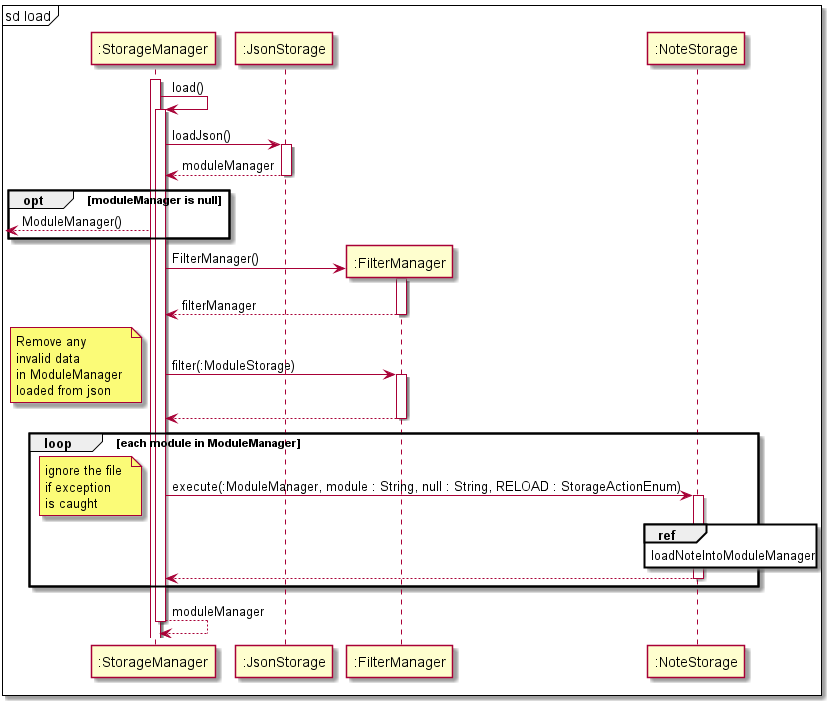
Before: docs/attachments/StorageLoadSequenceDiagram_part2.png, a diagram exported from PlantUML (nus-cs2113-AY2122S1/tp). The source it was exported from:
```plantuml
@startuml

mainframe sd load

participant ":StorageManager" as StorageManager

participant ":JsonStorage" as JsonStorage

participant ":FilterManager" as FilterManager

participant ":NoteStorage" as NoteStorage

activate StorageManager
StorageManager -> StorageManager : load()
activate StorageManager
StorageManager -> JsonStorage : loadJson()
activate JsonStorage
return moduleManager
opt moduleManager is null
<-- StorageManager : ModuleManager()
end
create FilterManager
StorageManager -> FilterManager : FilterManager()
activate FilterManager
return filterManager
StorageManager -> FilterManager : filter(:ModuleStorage)
note left : Remove any \ninvalid data \nin ModuleManager \nloaded from json
activate FilterManager
return
loop each module in ModuleManager
  StorageManager -> NoteStorage : execute(:ModuleManager, module : String, null : String, RELOAD : StorageActionEnum)
  activate NoteStorage
  note left : ignore the file \nif exception \nis caught
  ref over NoteStorage
  loadNoteIntoModuleManager
  end
  return
end
return moduleManager





@enduml
```
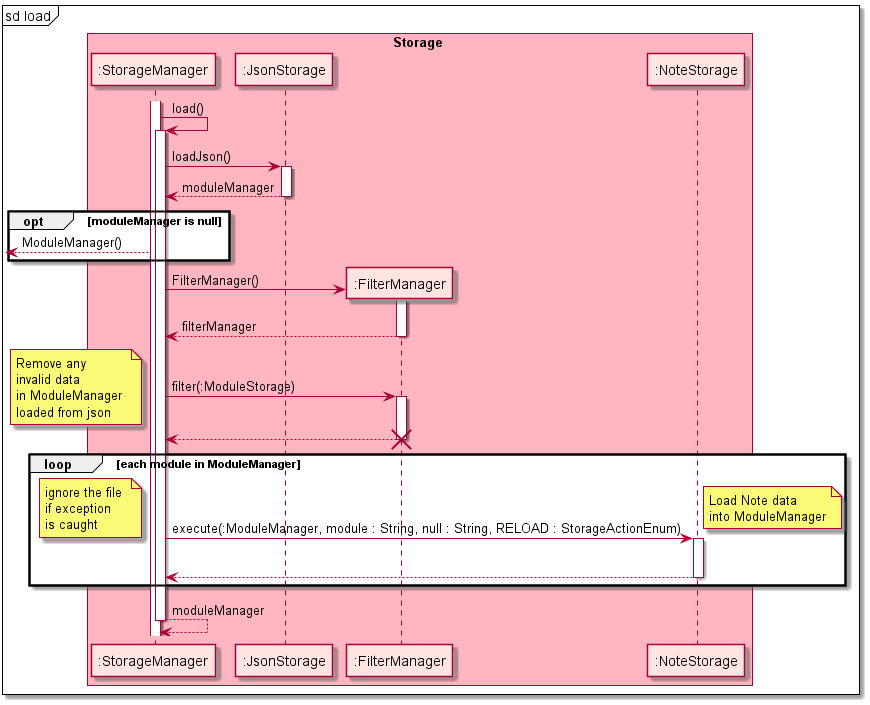
Later version of the same file.

Commit message:
Add loading sequence diagram for storage in DG

Diff of the diagram source:
```diff
@@ -2,13 +2,12 @@
 
 mainframe sd load
 
-participant ":StorageManager" as StorageManager
-
-participant ":JsonStorage" as JsonStorage
-
-participant ":FilterManager" as FilterManager
-
-participant ":NoteStorage" as NoteStorage
+box Storage #lightpink
+participant ":StorageManager" as StorageManager #mistyrose
+participant ":JsonStorage" as JsonStorage #mistyrose
+participant ":FilterManager" as FilterManager #mistyrose
+participant ":NoteStorage" as NoteStorage #mistyrose
+endbox
 
 activate StorageManager
 StorageManager -> StorageManager : load()
@@ -27,13 +26,13 @@
 note left : Remove any \ninvalid data \nin ModuleManager \nloaded from json
 activate FilterManager
 return
+destroy FilterManager
 loop each module in ModuleManager
   StorageManager -> NoteStorage : execute(:ModuleManager, module : String, null : String, RELOAD : StorageActionEnum)
   activate NoteStorage
   note left : ignore the file \nif exception \nis caught
-  ref over NoteStorage
-  loadNoteIntoModuleManager
-  end
+  |||
+  note right: Load Note data \ninto ModuleManager
   return
 end
 return moduleManager
```
